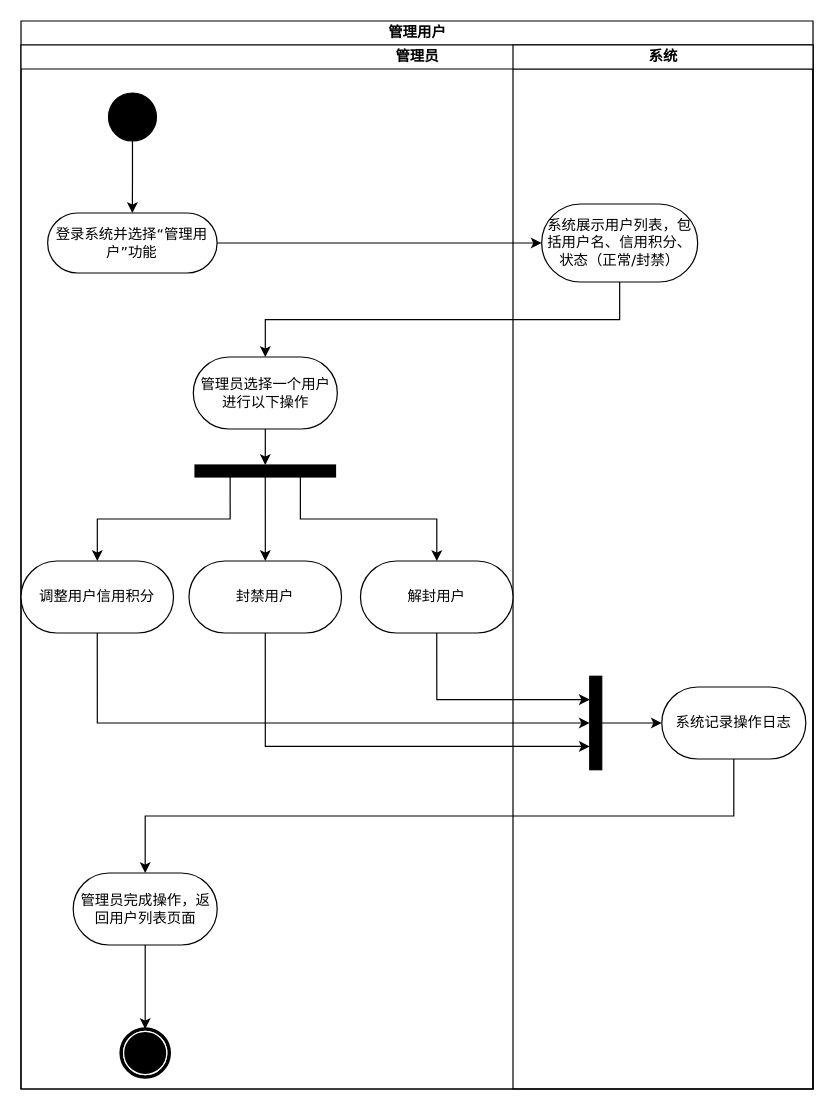
This is page "功能建模" (1 of 2) of 文档/需求分析规约文档/三种建模/05管理用户用例建模.drawio from w1ntercube/TJ-SE-Design, a draw.io file, before an edit. Source tidied: cells renumbered, new cells numbered last; positions are measured from the earlier drawing's top-left corner, leaving out a move shared by most shapes. Both pictures are drawn from the tidied source at 120%, with x=0, y=0 at pixel (20, 20).
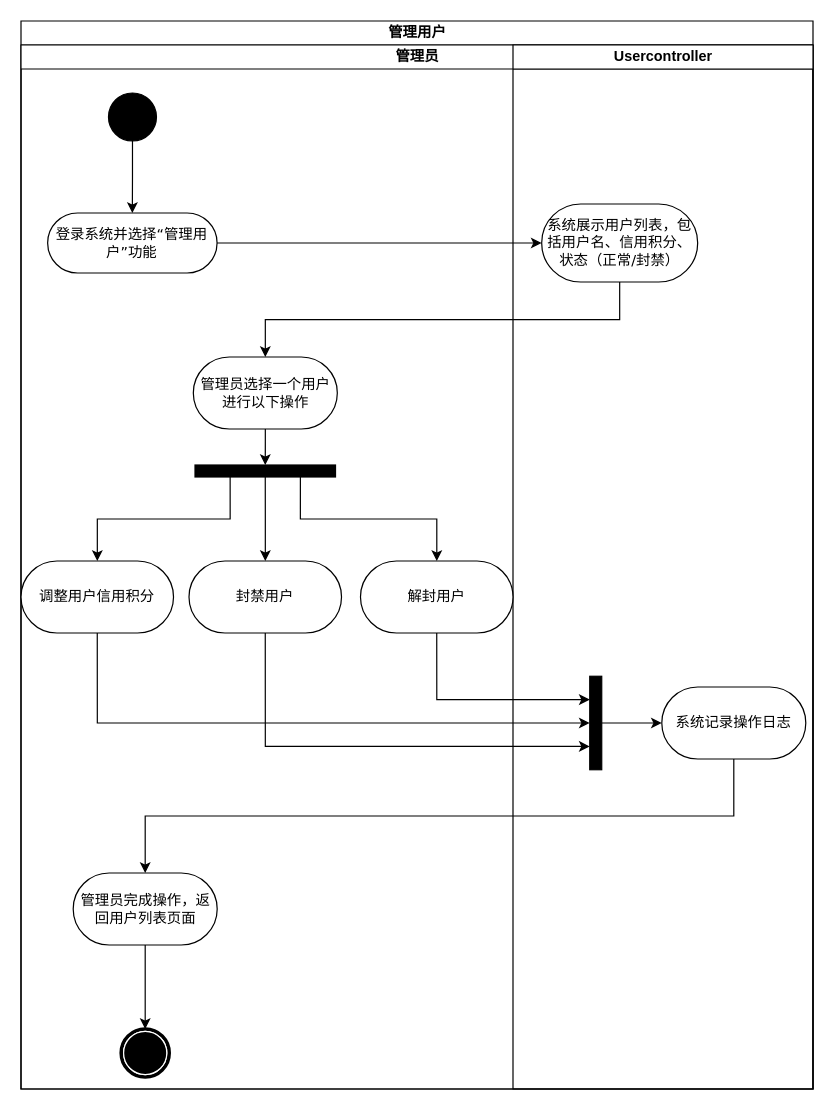
After the change.

The change refers to these unchanged cells:
```xml
<mxCell id="3" value="管理员" style="swimlane;html=1;startSize=20;" parent="2" vertex="1">
  <mxGeometry y="20" width="660" height="870" as="geometry" />
</mxCell>
```

Change to the diagram source:
```diff
@@
-    <mxCell id="7" value="系统" style="swimlane;html=1;startSize=20;" parent="3" vertex="1">
+    <mxCell id="7" value="Usercontroller" style="swimlane;html=1;startSize=20;" parent="3" vertex="1">
       <mxGeometry x="410" width="250" height="870" as="geometry" />
     </mxCell>
```
